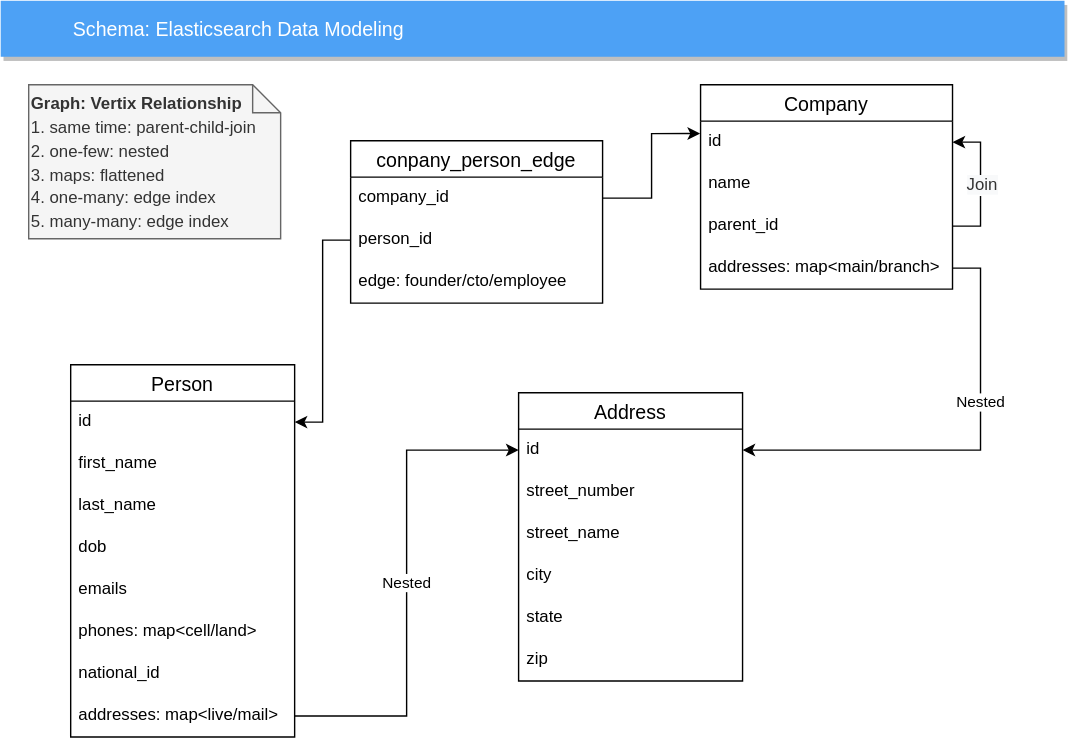
This is docs/images/schema.drawio.svg from xmlking/entity-resolution, a draw.io export, as it was before one commit. Source tidied: cells renumbered, new cells last; positions are measured from the earlier drawing's top-left corner, leaving out a move shared by most shapes. Its diagram source:
```xml
<mxGraphModel>
  <root>
    <mxCell id="0" />
    <mxCell id="1" parent="0" />
    <mxCell id="2" value="Person" style="swimlane;fontStyle=0;horizontal=1;startSize=26;align=center;fontSize=14;" parent="1" vertex="1">
      <mxGeometry x="50" y="260" width="160" height="266" as="geometry" />
    </mxCell>
    <mxCell id="3" value="id" style="text;strokeColor=none;fillColor=none;spacingLeft=4;spacingRight=4;overflow=hidden;points=[[0,0.5],[1,0.5]];portConstraint=eastwest;fontSize=12;" parent="2" vertex="1">
      <mxGeometry y="26" width="160" height="30" as="geometry" />
    </mxCell>
    <mxCell id="4" value="first_name" style="text;strokeColor=none;fillColor=none;spacingLeft=4;spacingRight=4;overflow=hidden;fontSize=12;" parent="2" vertex="1">
      <mxGeometry y="56" width="160" height="30" as="geometry" />
    </mxCell>
    <mxCell id="5" value="last_name" style="text;strokeColor=none;fillColor=none;spacingLeft=4;spacingRight=4;overflow=hidden;fontSize=12;" parent="2" vertex="1">
      <mxGeometry y="86" width="160" height="30" as="geometry" />
    </mxCell>
    <mxCell id="6" value="dob" style="text;strokeColor=none;fillColor=none;spacingLeft=4;spacingRight=4;overflow=hidden;fontSize=12;" parent="2" vertex="1">
      <mxGeometry y="116" width="160" height="30" as="geometry" />
    </mxCell>
    <mxCell id="7" value="emails" style="text;strokeColor=none;fillColor=none;spacingLeft=4;spacingRight=4;overflow=hidden;fontSize=12;" parent="2" vertex="1">
      <mxGeometry y="146" width="160" height="30" as="geometry" />
    </mxCell>
    <mxCell id="8" value="phones: map&lt;cell/land&gt;" style="text;strokeColor=none;fillColor=none;spacingLeft=4;spacingRight=4;overflow=hidden;fontSize=12;" parent="2" vertex="1">
      <mxGeometry y="176" width="160" height="30" as="geometry" />
    </mxCell>
    <mxCell id="9" value="national_id" style="text;strokeColor=none;fillColor=none;spacingLeft=4;spacingRight=4;overflow=hidden;fontSize=12;" parent="2" vertex="1">
      <mxGeometry y="206" width="160" height="30" as="geometry" />
    </mxCell>
    <mxCell id="10" value="addresses: map&lt;live/mail&gt;" style="text;strokeColor=none;fillColor=none;spacingLeft=4;spacingRight=4;overflow=hidden;points=[[0,0.5],[1,0.5]];portConstraint=eastwest;fontSize=12;" parent="2" vertex="1">
      <mxGeometry y="236" width="160" height="30" as="geometry" />
    </mxCell>
    <mxCell id="11" value="Address" style="swimlane;fontStyle=0;horizontal=1;startSize=26;align=center;fontSize=14;" parent="1" vertex="1">
      <mxGeometry x="370" y="280" width="160" height="206" as="geometry" />
    </mxCell>
    <mxCell id="12" value="id" style="text;strokeColor=none;fillColor=none;spacingLeft=4;spacingRight=4;overflow=hidden;points=[[0,0.5],[1,0.5]];portConstraint=eastwest;fontSize=12;" parent="11" vertex="1">
      <mxGeometry y="26" width="160" height="30" as="geometry" />
    </mxCell>
    <mxCell id="13" value="street_number" style="text;strokeColor=none;fillColor=none;spacingLeft=4;spacingRight=4;overflow=hidden;fontSize=12;" parent="11" vertex="1">
      <mxGeometry y="56" width="160" height="30" as="geometry" />
    </mxCell>
    <mxCell id="14" value="street_name" style="text;strokeColor=none;fillColor=none;spacingLeft=4;spacingRight=4;overflow=hidden;fontSize=12;" parent="11" vertex="1">
      <mxGeometry y="86" width="160" height="30" as="geometry" />
    </mxCell>
    <mxCell id="15" value="city" style="text;strokeColor=none;fillColor=none;spacingLeft=4;spacingRight=4;overflow=hidden;fontSize=12;" parent="11" vertex="1">
      <mxGeometry y="116" width="160" height="30" as="geometry" />
    </mxCell>
    <mxCell id="16" value="state" style="text;strokeColor=none;fillColor=none;spacingLeft=4;spacingRight=4;overflow=hidden;fontSize=12;" parent="11" vertex="1">
      <mxGeometry y="146" width="160" height="30" as="geometry" />
    </mxCell>
    <mxCell id="17" value="zip" style="text;strokeColor=none;fillColor=none;spacingLeft=4;spacingRight=4;overflow=hidden;fontSize=12;" parent="11" vertex="1">
      <mxGeometry y="176" width="160" height="30" as="geometry" />
    </mxCell>
    <mxCell id="18" value="Company" style="swimlane;fontStyle=0;horizontal=1;startSize=26;align=center;fontSize=14;" parent="1" vertex="1">
      <mxGeometry x="500" y="60" width="180" height="146" as="geometry" />
    </mxCell>
    <mxCell id="19" value="id" style="text;strokeColor=none;fillColor=none;spacingLeft=4;spacingRight=4;overflow=hidden;points=[[0,0.5],[1,0.5]];portConstraint=eastwest;fontSize=12;" parent="18" vertex="1">
      <mxGeometry y="26" width="180" height="30" as="geometry" />
    </mxCell>
    <mxCell id="20" value="name" style="text;strokeColor=none;fillColor=none;spacingLeft=4;spacingRight=4;overflow=hidden;fontSize=12;" parent="18" vertex="1">
      <mxGeometry y="56" width="180" height="30" as="geometry" />
    </mxCell>
    <mxCell id="21" style="edgeStyle=orthogonalEdgeStyle;rounded=0;jettySize=auto;html=1;exitX=1;exitY=0.5;exitDx=0;exitDy=0;entryX=1;entryY=0.5;entryDx=0;entryDy=0;" parent="18" edge="1" source="23" target="19">
      <mxGeometry relative="1" as="geometry" />
    </mxCell>
    <mxCell id="22" value="&lt;span style=&quot;color: rgb(51 , 51 , 51) ; font-size: 12px ; text-align: left ; background-color: rgb(248 , 249 , 250)&quot;&gt;Join&lt;/span&gt;" style="edgeLabel;html=1;align=center;verticalAlign=middle;" parent="21" vertex="1">
      <mxGeometry relative="1" as="geometry" />
    </mxCell>
    <mxCell id="23" value="parent_id" style="text;strokeColor=none;fillColor=none;spacingLeft=4;spacingRight=4;overflow=hidden;points=[[0,0.5],[1,0.5]];portConstraint=eastwest;fontSize=12;" parent="18" vertex="1">
      <mxGeometry y="86" width="180" height="30" as="geometry" />
    </mxCell>
    <mxCell id="24" value="addresses: map&lt;main/branch&gt;" style="text;strokeColor=none;fillColor=none;spacingLeft=4;spacingRight=4;overflow=hidden;points=[[0,0.5],[1,0.5]];portConstraint=eastwest;fontSize=12;" parent="18" vertex="1">
      <mxGeometry y="116" width="180" height="30" as="geometry" />
    </mxCell>
    <mxCell id="25" value="&lt;font style=&quot;font-size: 12px&quot;&gt;&lt;b&gt;&lt;br&gt;Graph: Vertix Relationship&lt;/b&gt;&lt;br&gt;1. same time: parent-child-join&lt;br&gt;2. one-few: nested&lt;br&gt;3. maps: flattened&lt;br&gt;4. one-many: edge index&lt;br&gt;5. many-many: edge index&lt;br&gt;&lt;br&gt;&lt;/font&gt;" style="shape=note;strokeWidth=1;fontSize=14;size=20;whiteSpace=wrap;html=1;align=left;fillColor=#f5f5f5;strokeColor=#666666;fontColor=#333333;" parent="1" vertex="1">
      <mxGeometry x="20" y="60" width="180" height="110" as="geometry" />
    </mxCell>
    <mxCell id="26" value="Nested" style="edgeStyle=orthogonalEdgeStyle;rounded=0;jettySize=auto;html=1;exitX=1;exitY=0.5;exitDx=0;exitDy=0;entryX=1;entryY=0.5;entryDx=0;entryDy=0;" parent="1" edge="1" source="24" target="12">
      <mxGeometry x="-0.27" relative="1" as="geometry" />
    </mxCell>
    <mxCell id="27" value="Nested" style="edgeStyle=orthogonalEdgeStyle;rounded=0;jettySize=auto;html=1;exitX=1;exitY=0.5;exitDx=0;exitDy=0;entryX=0;entryY=0.5;entryDx=0;entryDy=0;" parent="1" edge="1" source="10" target="12">
      <mxGeometry relative="1" as="geometry" />
    </mxCell>
    <mxCell id="28" value="conpany_person_edge" style="swimlane;fontStyle=0;horizontal=1;startSize=26;align=center;fontSize=14;strokeColor=#000000;strokeWidth=1;" parent="1" vertex="1">
      <mxGeometry x="250" y="100" width="180" height="116" as="geometry" />
    </mxCell>
    <mxCell id="29" value="company_id" style="text;strokeColor=none;fillColor=none;spacingLeft=4;spacingRight=4;overflow=hidden;points=[[0,0.5],[1,0.5]];portConstraint=eastwest;fontSize=12;" parent="28" vertex="1">
      <mxGeometry y="26" width="180" height="30" as="geometry" />
    </mxCell>
    <mxCell id="30" value="person_id" style="text;strokeColor=none;fillColor=none;spacingLeft=4;spacingRight=4;overflow=hidden;points=[[0,0.5],[1,0.5]];portConstraint=eastwest;fontSize=12;" parent="28" vertex="1">
      <mxGeometry y="56" width="180" height="30" as="geometry" />
    </mxCell>
    <mxCell id="31" value="edge: founder/cto/employee" style="text;strokeColor=none;fillColor=none;spacingLeft=4;spacingRight=4;overflow=hidden;fontSize=12;" parent="28" vertex="1">
      <mxGeometry y="86" width="180" height="30" as="geometry" />
    </mxCell>
    <mxCell id="32" style="edgeStyle=orthogonalEdgeStyle;rounded=0;jettySize=auto;html=1;exitX=0;exitY=0.5;exitDx=0;exitDy=0;entryX=1;entryY=0.5;entryDx=0;entryDy=0;" parent="1" edge="1" source="30" target="3">
      <mxGeometry relative="1" as="geometry" />
    </mxCell>
    <mxCell id="33" style="edgeStyle=orthogonalEdgeStyle;rounded=0;jettySize=auto;html=1;exitX=1;exitY=0.5;exitDx=0;exitDy=0;entryX=-0.002;entryY=0.295;entryDx=0;entryDy=0;entryPerimeter=0;" parent="1" edge="1" source="29" target="19">
      <mxGeometry relative="1" as="geometry" />
    </mxCell>
    <mxCell id="34" value="Schema: Elasticsearch Data Modeling" style="fillColor=#4DA1F5;strokeColor=none;shadow=1;gradientColor=none;fontSize=14;align=left;spacingLeft=50;fontColor=#ffffff;" parent="1" vertex="1">
      <mxGeometry width="760" height="40" as="geometry" />
    </mxCell>
  </root>
</mxGraphModel>
```
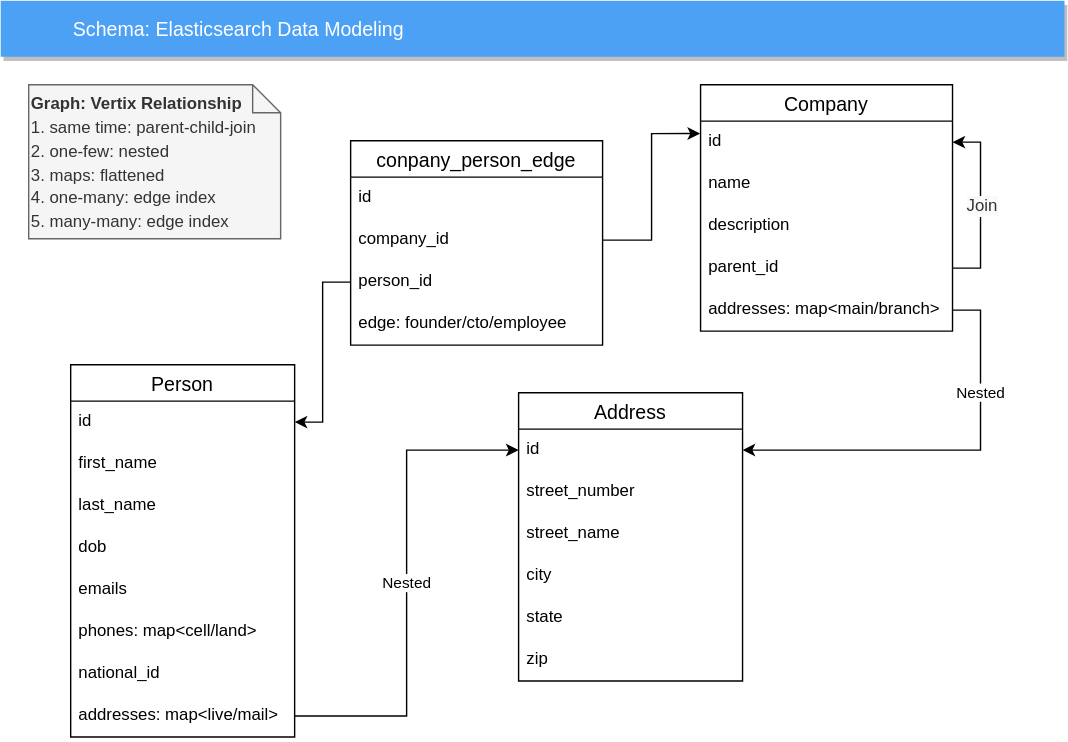
After the commit.

Commit message:
docs(schema): adding ID for edge index

Diff of the diagram source:
```diff
@@ -51,7 +51,7 @@
       <mxGeometry y="176" width="160" height="30" as="geometry" />
     </mxCell>
     <mxCell id="18" value="Company" style="swimlane;fontStyle=0;horizontal=1;startSize=26;align=center;fontSize=14;" parent="1" vertex="1">
-      <mxGeometry x="500" y="60" width="180" height="146" as="geometry" />
+      <mxGeometry x="500" y="60" width="180" height="176" as="geometry" />
     </mxCell>
     <mxCell id="19" value="id" style="text;strokeColor=none;fillColor=none;spacingLeft=4;spacingRight=4;overflow=hidden;points=[[0,0.5],[1,0.5]];portConstraint=eastwest;fontSize=12;" parent="18" vertex="1">
       <mxGeometry y="26" width="180" height="30" as="geometry" />
@@ -65,32 +65,38 @@
     <mxCell id="22" value="&lt;span style=&quot;color: rgb(51 , 51 , 51) ; font-size: 12px ; text-align: left ; background-color: rgb(248 , 249 , 250)&quot;&gt;Join&lt;/span&gt;" style="edgeLabel;html=1;align=center;verticalAlign=middle;" parent="21" vertex="1">
       <mxGeometry relative="1" as="geometry" />
     </mxCell>
+    <mxCell id="35" value="description" style="text;strokeColor=none;fillColor=none;spacingLeft=4;spacingRight=4;overflow=hidden;fontSize=12;" parent="18" vertex="1">
+      <mxGeometry y="86" width="180" height="30" as="geometry" />
+    </mxCell>
     <mxCell id="23" value="parent_id" style="text;strokeColor=none;fillColor=none;spacingLeft=4;spacingRight=4;overflow=hidden;points=[[0,0.5],[1,0.5]];portConstraint=eastwest;fontSize=12;" parent="18" vertex="1">
-      <mxGeometry y="86" width="180" height="30" as="geometry" />
+      <mxGeometry y="116" width="180" height="30" as="geometry" />
     </mxCell>
     <mxCell id="24" value="addresses: map&lt;main/branch&gt;" style="text;strokeColor=none;fillColor=none;spacingLeft=4;spacingRight=4;overflow=hidden;points=[[0,0.5],[1,0.5]];portConstraint=eastwest;fontSize=12;" parent="18" vertex="1">
-      <mxGeometry y="116" width="180" height="30" as="geometry" />
+      <mxGeometry y="146" width="180" height="30" as="geometry" />
     </mxCell>
     <mxCell id="25" value="&lt;font style=&quot;font-size: 12px&quot;&gt;&lt;b&gt;&lt;br&gt;Graph: Vertix Relationship&lt;/b&gt;&lt;br&gt;1. same time: parent-child-join&lt;br&gt;2. one-few: nested&lt;br&gt;3. maps: flattened&lt;br&gt;4. one-many: edge index&lt;br&gt;5. many-many: edge index&lt;br&gt;&lt;br&gt;&lt;/font&gt;" style="shape=note;strokeWidth=1;fontSize=14;size=20;whiteSpace=wrap;html=1;align=left;fillColor=#f5f5f5;strokeColor=#666666;fontColor=#333333;" parent="1" vertex="1">
       <mxGeometry x="20" y="60" width="180" height="110" as="geometry" />
     </mxCell>
     <mxCell id="26" value="Nested" style="edgeStyle=orthogonalEdgeStyle;rounded=0;jettySize=auto;html=1;exitX=1;exitY=0.5;exitDx=0;exitDy=0;entryX=1;entryY=0.5;entryDx=0;entryDy=0;" parent="1" edge="1" source="24" target="12">
-      <mxGeometry x="-0.27" relative="1" as="geometry" />
+      <mxGeometry x="-0.46" relative="1" as="geometry" />
     </mxCell>
     <mxCell id="27" value="Nested" style="edgeStyle=orthogonalEdgeStyle;rounded=0;jettySize=auto;html=1;exitX=1;exitY=0.5;exitDx=0;exitDy=0;entryX=0;entryY=0.5;entryDx=0;entryDy=0;" parent="1" edge="1" source="10" target="12">
       <mxGeometry relative="1" as="geometry" />
     </mxCell>
     <mxCell id="28" value="conpany_person_edge" style="swimlane;fontStyle=0;horizontal=1;startSize=26;align=center;fontSize=14;strokeColor=#000000;strokeWidth=1;" parent="1" vertex="1">
-      <mxGeometry x="250" y="100" width="180" height="116" as="geometry" />
+      <mxGeometry x="250" y="100" width="180" height="146" as="geometry" />
     </mxCell>
+    <mxCell id="36" value="id" style="text;strokeColor=none;fillColor=none;spacingLeft=4;spacingRight=4;overflow=hidden;fontSize=12;" parent="28" vertex="1">
+      <mxGeometry y="26" width="180" height="30" as="geometry" />
+    </mxCell>
     <mxCell id="29" value="company_id" style="text;strokeColor=none;fillColor=none;spacingLeft=4;spacingRight=4;overflow=hidden;points=[[0,0.5],[1,0.5]];portConstraint=eastwest;fontSize=12;" parent="28" vertex="1">
-      <mxGeometry y="26" width="180" height="30" as="geometry" />
+      <mxGeometry y="56" width="180" height="30" as="geometry" />
     </mxCell>
     <mxCell id="30" value="person_id" style="text;strokeColor=none;fillColor=none;spacingLeft=4;spacingRight=4;overflow=hidden;points=[[0,0.5],[1,0.5]];portConstraint=eastwest;fontSize=12;" parent="28" vertex="1">
-      <mxGeometry y="56" width="180" height="30" as="geometry" />
+      <mxGeometry y="86" width="180" height="30" as="geometry" />
     </mxCell>
     <mxCell id="31" value="edge: founder/cto/employee" style="text;strokeColor=none;fillColor=none;spacingLeft=4;spacingRight=4;overflow=hidden;fontSize=12;" parent="28" vertex="1">
-      <mxGeometry y="86" width="180" height="30" as="geometry" />
+      <mxGeometry y="116" width="180" height="30" as="geometry" />
     </mxCell>
     <mxCell id="32" style="edgeStyle=orthogonalEdgeStyle;rounded=0;jettySize=auto;html=1;exitX=0;exitY=0.5;exitDx=0;exitDy=0;entryX=1;entryY=0.5;entryDx=0;entryDy=0;" parent="1" edge="1" source="30" target="3">
       <mxGeometry relative="1" as="geometry" />
```
